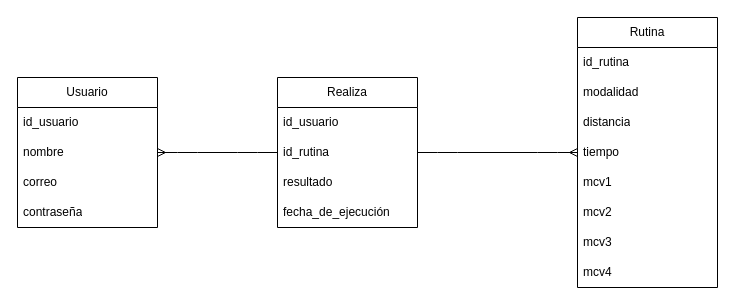
Above: document/images/diagram-er.drawio in lcasan/Thesis (draw.io), before the change. Source tidied: cells renumbered, new cells numbered last; positions are measured from the earlier drawing's top-left corner, leaving out a move shared by most shapes. Both pictures are drawn from the tidied source at 100%, with x=0, y=0 at pixel (17, 17).
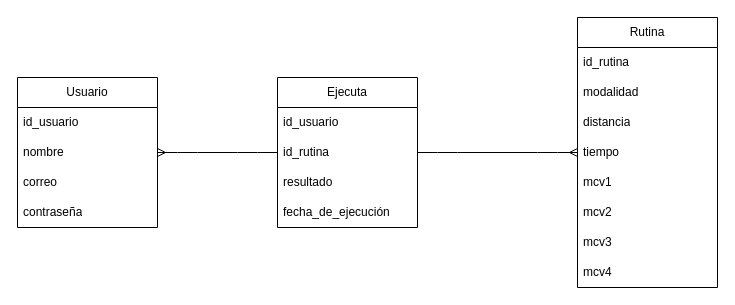
The same page after the edit.

The edit, as a diff of the source:
```diff
@@
-    <mxCell id="16" value="Realiza" style="swimlane;fontStyle=0;horizontal=1;startSize=30;whiteSpace=wrap;html=1;" parent="1" vertex="1">
+    <mxCell id="16" value="Ejecuta" style="swimlane;fontStyle=0;horizontal=1;startSize=30;whiteSpace=wrap;html=1;" parent="1" vertex="1">
       <mxGeometry x="260" y="60" width="140" height="150" as="geometry" />
     </mxCell>
```
